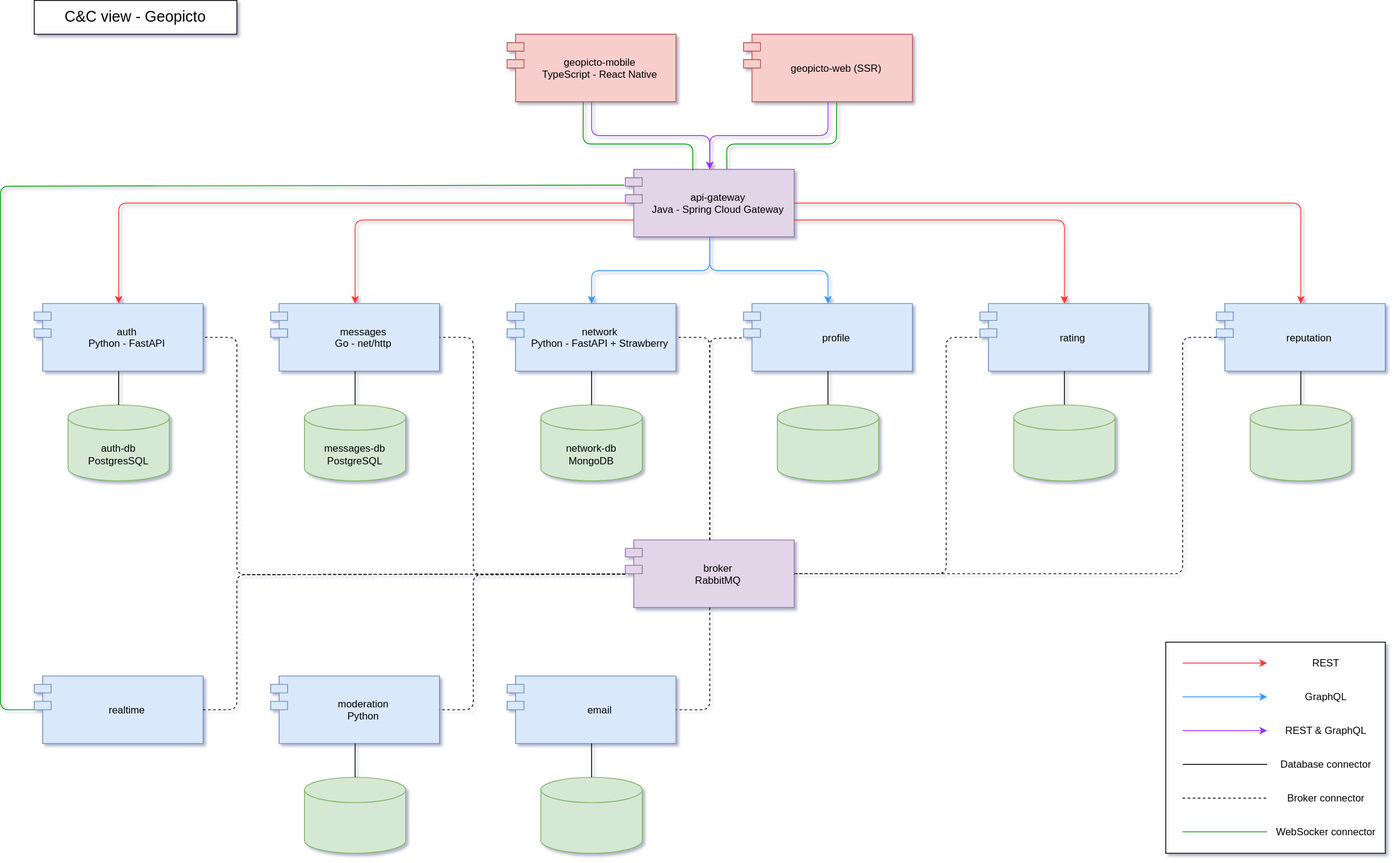
Before: docs/diagrams/C&C view.svg, a diagram exported from draw.io (jumedinaca/swarch-project). Source tidied: cells renumbered, new cells last; positions are measured from the earlier drawing's top-left corner, leaving out a move shared by most shapes. Source of this version:
```xml
<mxGraphModel background="#ffffff" shadow="1">
  <root>
    <mxCell id="0" />
    <mxCell id="1" parent="0" />
    <mxCell id="2" value="geopicto-mobile&#10;TypeScript - React Native" style="shape=module;align=left;spacingLeft=20;align=center;verticalAlign=middle;strokeWidth=1;fillColor=#f8cecc;strokeColor=#b85450;" parent="1" vertex="1">
      <mxGeometry x="600" y="40" width="200" height="80" as="geometry" />
    </mxCell>
    <mxCell id="3" value="auth-db&lt;br&gt;PostgresSQL" style="shape=cylinder3;whiteSpace=wrap;html=1;boundedLbl=1;backgroundOutline=1;size=15;strokeWidth=1;fillColor=#d5e8d4;strokeColor=#82b366;" parent="1" vertex="1">
      <mxGeometry x="80" y="479" width="120" height="90" as="geometry" />
    </mxCell>
    <mxCell id="4" value="api-gateway&#10;Java - Spring Cloud Gateway" style="shape=module;align=left;spacingLeft=20;align=center;verticalAlign=middle;strokeWidth=1;fillColor=#e1d5e7;strokeColor=#9673a6;fillStyle=auto;" parent="1" vertex="1">
      <mxGeometry x="740" y="200" width="200" height="80" as="geometry" />
    </mxCell>
    <mxCell id="5" value="messages&#10;Go - net/http" style="shape=module;align=left;spacingLeft=20;align=center;verticalAlign=middle;strokeWidth=1;fillColor=#dae8fc;strokeColor=#6c8ebf;" parent="1" vertex="1">
      <mxGeometry x="320" y="359" width="200" height="80" as="geometry" />
    </mxCell>
    <mxCell id="6" value="auth&#10;Python - FastAPI" style="shape=module;align=left;spacingLeft=20;align=center;verticalAlign=middle;strokeWidth=1;fillColor=#dae8fc;strokeColor=#6c8ebf;" parent="1" vertex="1">
      <mxGeometry x="40" y="359" width="200" height="80" as="geometry" />
    </mxCell>
    <mxCell id="7" value="network&#10;Python - FastAPI + Strawberry" style="shape=module;align=left;spacingLeft=20;align=center;verticalAlign=middle;strokeWidth=1;fillColor=#dae8fc;strokeColor=#6c8ebf;" parent="1" vertex="1">
      <mxGeometry x="600" y="359" width="200" height="80" as="geometry" />
    </mxCell>
    <mxCell id="8" value="messages-db&lt;br&gt;PostgreSQL" style="shape=cylinder3;whiteSpace=wrap;html=1;boundedLbl=1;backgroundOutline=1;size=15;strokeWidth=1;fillColor=#d5e8d4;strokeColor=#82b366;" parent="1" vertex="1">
      <mxGeometry x="360" y="479" width="120" height="90" as="geometry" />
    </mxCell>
    <mxCell id="9" value="network-db&lt;br&gt;MongoDB" style="shape=cylinder3;whiteSpace=wrap;html=1;boundedLbl=1;backgroundOutline=1;size=15;strokeWidth=1;fillColor=#d5e8d4;strokeColor=#82b366;" parent="1" vertex="1">
      <mxGeometry x="640" y="479" width="120" height="90" as="geometry" />
    </mxCell>
    <mxCell id="10" style="endArrow=none;html=1;strokeWidth=1;" parent="1" edge="1" source="9" target="7">
      <mxGeometry relative="1" as="geometry" />
    </mxCell>
    <mxCell id="11" style="endArrow=none;html=1;strokeWidth=1;" parent="1" edge="1" source="3" target="6">
      <mxGeometry relative="1" as="geometry" />
    </mxCell>
    <mxCell id="12" style="endArrow=none;html=1;strokeWidth=1;" parent="1" edge="1" source="8" target="5">
      <mxGeometry relative="1" as="geometry" />
    </mxCell>
    <mxCell id="13" style="endArrow=classic;html=1;strokeWidth=1;rounded=1;strokeColor=#9933FF;" parent="1" edge="1" source="2" target="4">
      <mxGeometry relative="1" as="geometry">
        <Array as="points">
          <mxPoint x="700" y="160" />
          <mxPoint x="840" y="160" />
        </Array>
      </mxGeometry>
    </mxCell>
    <mxCell id="14" value="broker&#10;RabbitMQ" style="shape=module;align=left;spacingLeft=20;align=center;verticalAlign=middle;strokeWidth=1;fillColor=#e1d5e7;strokeColor=#9673a6;fillStyle=auto;" parent="1" vertex="1">
      <mxGeometry x="740" y="639" width="200" height="80" as="geometry" />
    </mxCell>
    <mxCell id="15" value="moderation&#10;Python" style="shape=module;align=left;spacingLeft=20;align=center;verticalAlign=middle;strokeWidth=1;fillColor=#dae8fc;strokeColor=#6c8ebf;" parent="1" vertex="1">
      <mxGeometry x="320" y="800" width="200" height="80" as="geometry" />
    </mxCell>
    <mxCell id="16" value="profile" style="shape=module;align=left;spacingLeft=20;align=center;verticalAlign=middle;strokeWidth=1;fillColor=#dae8fc;strokeColor=#6c8ebf;" parent="1" vertex="1">
      <mxGeometry x="880" y="359" width="200" height="80" as="geometry" />
    </mxCell>
    <mxCell id="17" style="endArrow=none;html=1;strokeWidth=1;" parent="1" edge="1" source="18" target="16">
      <mxGeometry relative="1" as="geometry" />
    </mxCell>
    <mxCell id="18" style="shape=cylinder3;whiteSpace=wrap;html=1;boundedLbl=1;backgroundOutline=1;size=15;strokeWidth=1;fillColor=#d5e8d4;strokeColor=#82b366;" parent="1" vertex="1">
      <mxGeometry x="920" y="479" width="120" height="90" as="geometry" />
    </mxCell>
    <mxCell id="19" value="rating" style="shape=module;align=left;spacingLeft=20;align=center;verticalAlign=middle;strokeWidth=1;fillColor=#dae8fc;strokeColor=#6c8ebf;" parent="1" vertex="1">
      <mxGeometry x="1160" y="359" width="200" height="80" as="geometry" />
    </mxCell>
    <mxCell id="20" style="endArrow=none;html=1;strokeWidth=1;" parent="1" edge="1" source="21" target="19">
      <mxGeometry relative="1" as="geometry" />
    </mxCell>
    <mxCell id="21" style="shape=cylinder3;whiteSpace=wrap;html=1;boundedLbl=1;backgroundOutline=1;size=15;strokeWidth=1;fillColor=#d5e8d4;strokeColor=#82b366;" parent="1" vertex="1">
      <mxGeometry x="1200" y="479" width="120" height="90" as="geometry" />
    </mxCell>
    <mxCell id="22" value="realtime" style="shape=module;align=left;spacingLeft=20;align=center;verticalAlign=middle;strokeWidth=1;fillColor=#dae8fc;strokeColor=#6c8ebf;fillStyle=auto;" parent="1" vertex="1">
      <mxGeometry x="40" y="800" width="200" height="80" as="geometry" />
    </mxCell>
    <mxCell id="23" value="geopicto-web (SSR)" style="shape=module;align=left;spacingLeft=20;align=center;verticalAlign=middle;strokeWidth=1;fillColor=#f8cecc;strokeColor=#b85450;" parent="1" vertex="1">
      <mxGeometry x="880" y="40" width="200" height="80" as="geometry" />
    </mxCell>
    <mxCell id="24" value="email" style="shape=module;align=left;spacingLeft=20;align=center;verticalAlign=middle;strokeWidth=1;fillColor=#dae8fc;strokeColor=#6c8ebf;" parent="1" vertex="1">
      <mxGeometry x="600" y="800" width="200" height="80" as="geometry" />
    </mxCell>
    <mxCell id="25" value="reputation" style="shape=module;align=left;spacingLeft=20;align=center;verticalAlign=middle;strokeWidth=1;fillColor=#dae8fc;strokeColor=#6c8ebf;" parent="1" vertex="1">
      <mxGeometry x="1440" y="359" width="200" height="80" as="geometry" />
    </mxCell>
    <mxCell id="26" style="endArrow=none;html=1;strokeWidth=1;dashed=1;" parent="1" edge="1" source="14" target="6">
      <mxGeometry relative="1" as="geometry">
        <Array as="points">
          <mxPoint x="280" y="680" />
          <mxPoint x="280" y="399" />
        </Array>
      </mxGeometry>
    </mxCell>
    <mxCell id="27" style="endArrow=none;html=1;strokeWidth=1;dashed=1;" parent="1" edge="1" source="14" target="19">
      <mxGeometry relative="1" as="geometry">
        <Array as="points">
          <mxPoint x="1120" y="679" />
          <mxPoint x="1120" y="399" />
        </Array>
      </mxGeometry>
    </mxCell>
    <mxCell id="28" style="endArrow=none;html=1;strokeWidth=1;dashed=1;" parent="1" edge="1" source="14" target="24">
      <mxGeometry relative="1" as="geometry">
        <Array as="points">
          <mxPoint x="840" y="840" />
        </Array>
      </mxGeometry>
    </mxCell>
    <mxCell id="29" style="endArrow=none;html=1;strokeWidth=1;dashed=1;exitX=0;exitY=0.505;exitDx=0;exitDy=0;exitPerimeter=0;" parent="1" edge="1" source="14" target="15">
      <mxGeometry relative="1" as="geometry">
        <Array as="points">
          <mxPoint x="560" y="680" />
          <mxPoint x="560" y="840" />
        </Array>
      </mxGeometry>
    </mxCell>
    <mxCell id="30" style="endArrow=none;html=1;strokeWidth=1;dashed=1;" parent="1" edge="1" source="25" target="14">
      <mxGeometry relative="1" as="geometry">
        <Array as="points">
          <mxPoint x="1400" y="399" />
          <mxPoint x="1400" y="679" />
        </Array>
      </mxGeometry>
    </mxCell>
    <mxCell id="31" style="endArrow=classic;html=1;strokeWidth=1;strokeColor=#9933FF;" parent="1" edge="1" source="23" target="4">
      <mxGeometry relative="1" as="geometry">
        <Array as="points">
          <mxPoint x="980" y="160" />
          <mxPoint x="840" y="160" />
        </Array>
      </mxGeometry>
    </mxCell>
    <mxCell id="32" style="shape=cylinder3;whiteSpace=wrap;html=1;boundedLbl=1;backgroundOutline=1;size=15;strokeWidth=1;fillColor=#d5e8d4;strokeColor=#82b366;" parent="1" vertex="1">
      <mxGeometry x="1480" y="479" width="120" height="90" as="geometry" />
    </mxCell>
    <mxCell id="33" style="endArrow=none;html=1;strokeWidth=1;dashed=1;" parent="1" edge="1" source="14" target="5">
      <mxGeometry relative="1" as="geometry">
        <Array as="points">
          <mxPoint x="560" y="680" />
          <mxPoint x="560" y="399" />
        </Array>
      </mxGeometry>
    </mxCell>
    <mxCell id="34" style="endArrow=none;html=1;strokeWidth=1;dashed=1;" parent="1" edge="1" source="14" target="16">
      <mxGeometry relative="1" as="geometry">
        <Array as="points">
          <mxPoint x="840" y="400" />
        </Array>
      </mxGeometry>
    </mxCell>
    <mxCell id="35" style="endArrow=none;html=1;strokeWidth=1;dashed=1;" parent="1" edge="1" source="14" target="7">
      <mxGeometry relative="1" as="geometry">
        <Array as="points">
          <mxPoint x="840" y="399" />
        </Array>
      </mxGeometry>
    </mxCell>
    <mxCell id="36" style="endArrow=none;html=1;strokeWidth=1;rounded=1;dashed=1;strokeColor=#000000;" parent="1" edge="1" source="22" target="14">
      <mxGeometry relative="1" as="geometry">
        <Array as="points">
          <mxPoint x="280" y="840" />
          <mxPoint x="280" y="680" />
        </Array>
      </mxGeometry>
    </mxCell>
    <mxCell id="37" style="endArrow=classic;html=1;strokeWidth=1;rounded=1;strokeColor=#FF3333;" parent="1" edge="1" source="4" target="6">
      <mxGeometry relative="1" as="geometry">
        <Array as="points">
          <mxPoint x="140" y="240" />
        </Array>
      </mxGeometry>
    </mxCell>
    <mxCell id="38" style="endArrow=classic;html=1;strokeWidth=1;rounded=1;strokeColor=#FF3333;exitX=0;exitY=0.75;exitDx=10;exitDy=0;exitPerimeter=0;" parent="1" edge="1" source="4" target="5">
      <mxGeometry relative="1" as="geometry">
        <Array as="points">
          <mxPoint x="420" y="260" />
        </Array>
      </mxGeometry>
    </mxCell>
    <mxCell id="39" style="endArrow=classic;html=1;strokeWidth=1;rounded=1;strokeColor=#3399FF;" parent="1" edge="1" source="4" target="7">
      <mxGeometry relative="1" as="geometry">
        <Array as="points">
          <mxPoint x="840" y="320" />
          <mxPoint x="700" y="320" />
        </Array>
      </mxGeometry>
    </mxCell>
    <mxCell id="40" style="endArrow=classic;html=1;strokeWidth=1;rounded=1;strokeColor=#3399FF;" parent="1" edge="1" source="4" target="16">
      <mxGeometry relative="1" as="geometry">
        <Array as="points">
          <mxPoint x="840" y="320" />
          <mxPoint x="980" y="320" />
        </Array>
      </mxGeometry>
    </mxCell>
    <mxCell id="41" style="endArrow=classic;html=1;strokeWidth=1;rounded=1;strokeColor=#FF3333;exitX=1;exitY=0.75;exitDx=0;exitDy=0;" parent="1" edge="1" source="4" target="19">
      <mxGeometry relative="1" as="geometry">
        <Array as="points">
          <mxPoint x="1260" y="260" />
        </Array>
      </mxGeometry>
    </mxCell>
    <mxCell id="42" style="endArrow=classic;html=1;strokeWidth=1;rounded=1;strokeColor=#FF3333;" parent="1" edge="1" source="4" target="25">
      <mxGeometry relative="1" as="geometry">
        <Array as="points">
          <mxPoint x="1540" y="240" />
        </Array>
      </mxGeometry>
    </mxCell>
    <mxCell id="43" value="C&amp;amp;C view - Geopicto" style="rounded=0;whiteSpace=wrap;html=1;strokeWidth=1;fontSize=18;" parent="1" vertex="1">
      <mxGeometry x="40" width="240" height="40" as="geometry" />
    </mxCell>
    <mxCell id="44" style="shape=cylinder3;whiteSpace=wrap;html=1;boundedLbl=1;backgroundOutline=1;size=15;strokeWidth=1;fillColor=#d5e8d4;strokeColor=#82b366;" parent="1" vertex="1">
      <mxGeometry x="360" y="920" width="120" height="90" as="geometry" />
    </mxCell>
    <mxCell id="45" style="shape=cylinder3;whiteSpace=wrap;html=1;boundedLbl=1;backgroundOutline=1;size=15;strokeWidth=1;fillColor=#d5e8d4;strokeColor=#82b366;" parent="1" vertex="1">
      <mxGeometry x="640" y="920" width="120" height="90" as="geometry" />
    </mxCell>
    <mxCell id="46" style="endArrow=none;html=1;strokeWidth=1;rounded=1;strokeColor=#000000;fontSize=18;" parent="1" edge="1" source="44" target="15">
      <mxGeometry relative="1" as="geometry" />
    </mxCell>
    <mxCell id="47" style="endArrow=none;html=1;strokeWidth=1;rounded=1;strokeColor=#000000;fontSize=18;" parent="1" edge="1" source="45" target="24">
      <mxGeometry relative="1" as="geometry" />
    </mxCell>
    <mxCell id="48" style="endArrow=none;html=1;strokeWidth=1;rounded=1;strokeColor=#000000;fontSize=18;" parent="1" edge="1" source="32" target="25">
      <mxGeometry relative="1" as="geometry" />
    </mxCell>
    <mxCell id="49" style="group;" parent="1" vertex="1">
      <mxGeometry x="1380" y="760" width="260" height="250" as="geometry" />
    </mxCell>
    <mxCell id="50" style="rounded=0;whiteSpace=wrap;html=1;strokeWidth=1;" parent="49" vertex="1">
      <mxGeometry width="260" height="250" as="geometry" />
    </mxCell>
    <mxCell id="51" style="endArrow=classic;html=1;strokeWidth=1;strokeColor=#FF3333;" parent="49" edge="1">
      <mxGeometry relative="1" as="geometry">
        <mxPoint x="20" y="24.8" as="sourcePoint" />
        <mxPoint x="120" y="24.8" as="targetPoint" />
      </mxGeometry>
    </mxCell>
    <mxCell id="52" value="REST" style="text;html=1;strokeColor=none;fillColor=none;align=center;verticalAlign=middle;whiteSpace=wrap;rounded=0;strokeWidth=1;" parent="49" vertex="1">
      <mxGeometry x="160" y="10" width="60" height="30" as="geometry" />
    </mxCell>
    <mxCell id="53" style="endArrow=classic;html=1;strokeWidth=1;strokeColor=#3399FF;" parent="49" edge="1">
      <mxGeometry relative="1" as="geometry">
        <mxPoint x="20" y="64.8" as="sourcePoint" />
        <mxPoint x="120" y="64.8" as="targetPoint" />
      </mxGeometry>
    </mxCell>
    <mxCell id="54" value="GraphQL" style="text;html=1;strokeColor=none;fillColor=none;align=center;verticalAlign=middle;whiteSpace=wrap;rounded=0;strokeWidth=1;" parent="49" vertex="1">
      <mxGeometry x="160" y="50" width="60" height="30" as="geometry" />
    </mxCell>
    <mxCell id="55" style="endArrow=classic;html=1;strokeWidth=1;strokeColor=#9933FF;" parent="49" edge="1">
      <mxGeometry relative="1" as="geometry">
        <mxPoint x="20" y="104.8" as="sourcePoint" />
        <mxPoint x="120" y="104.8" as="targetPoint" />
      </mxGeometry>
    </mxCell>
    <mxCell id="56" value="REST &amp;amp; GraphQL" style="text;html=1;strokeColor=none;fillColor=none;align=center;verticalAlign=middle;whiteSpace=wrap;rounded=0;strokeWidth=1;" parent="49" vertex="1">
      <mxGeometry x="135" y="90" width="110" height="30" as="geometry" />
    </mxCell>
    <mxCell id="57" style="endArrow=none;html=1;strokeWidth=1;rounded=1;strokeColor=#000000;" parent="49" edge="1">
      <mxGeometry relative="1" as="geometry">
        <mxPoint x="20" y="144.8" as="sourcePoint" />
        <mxPoint x="120" y="144.8" as="targetPoint" />
      </mxGeometry>
    </mxCell>
    <mxCell id="58" value="Database connector" style="text;html=1;strokeColor=none;fillColor=none;align=center;verticalAlign=middle;whiteSpace=wrap;rounded=0;strokeWidth=1;" parent="49" vertex="1">
      <mxGeometry x="130" y="130" width="120" height="30" as="geometry" />
    </mxCell>
    <mxCell id="59" style="endArrow=none;html=1;strokeWidth=1;rounded=1;strokeColor=#000000;dashed=1;" parent="49" edge="1">
      <mxGeometry relative="1" as="geometry">
        <mxPoint x="20" y="184.8" as="sourcePoint" />
        <mxPoint x="120" y="184.8" as="targetPoint" />
      </mxGeometry>
    </mxCell>
    <mxCell id="60" value="Broker connector" style="text;html=1;strokeColor=none;fillColor=none;align=center;verticalAlign=middle;whiteSpace=wrap;rounded=0;strokeWidth=1;" parent="49" vertex="1">
      <mxGeometry x="130" y="170" width="120" height="30" as="geometry" />
    </mxCell>
    <mxCell id="61" value="WebSocker connector" style="text;html=1;strokeColor=none;fillColor=none;align=center;verticalAlign=middle;whiteSpace=wrap;rounded=0;strokeWidth=1;" parent="49" vertex="1">
      <mxGeometry x="130" y="210" width="120" height="30" as="geometry" />
    </mxCell>
    <mxCell id="62" style="endArrow=none;html=1;strokeWidth=1;rounded=1;strokeColor=#009900;" parent="49" edge="1">
      <mxGeometry relative="1" as="geometry">
        <mxPoint x="20" y="224.6" as="sourcePoint" />
        <mxPoint x="120" y="224.6" as="targetPoint" />
      </mxGeometry>
    </mxCell>
    <mxCell id="63" style="endArrow=none;html=1;strokeWidth=1;rounded=1;strokeColor=#009900;exitX=-0.006;exitY=0.234;exitDx=0;exitDy=0;exitPerimeter=0;" parent="1" edge="1" source="4" target="22">
      <mxGeometry relative="1" as="geometry">
        <Array as="points">
          <mxPoint y="220" />
          <mxPoint y="840" />
        </Array>
      </mxGeometry>
    </mxCell>
    <mxCell id="64" style="endArrow=none;html=1;strokeWidth=1;rounded=1;strokeColor=#009900;fontSize=18;entryX=0.451;entryY=1.002;entryDx=0;entryDy=0;entryPerimeter=0;exitX=0.4;exitY=0.021;exitDx=0;exitDy=0;exitPerimeter=0;" parent="1" edge="1" source="4" target="2">
      <mxGeometry relative="1" as="geometry">
        <Array as="points">
          <mxPoint x="820" y="170" />
          <mxPoint x="690" y="170" />
        </Array>
      </mxGeometry>
    </mxCell>
    <mxCell id="65" style="endArrow=none;html=1;strokeWidth=1;rounded=1;strokeColor=#009900;fontSize=18;entryX=0.552;entryY=1.009;entryDx=0;entryDy=0;entryPerimeter=0;exitX=0.602;exitY=0;exitDx=0;exitDy=0;exitPerimeter=0;" parent="1" edge="1" source="4" target="23">
      <mxGeometry relative="1" as="geometry">
        <Array as="points">
          <mxPoint x="860" y="170" />
          <mxPoint x="990" y="170" />
        </Array>
      </mxGeometry>
    </mxCell>
  </root>
</mxGraphModel>
```
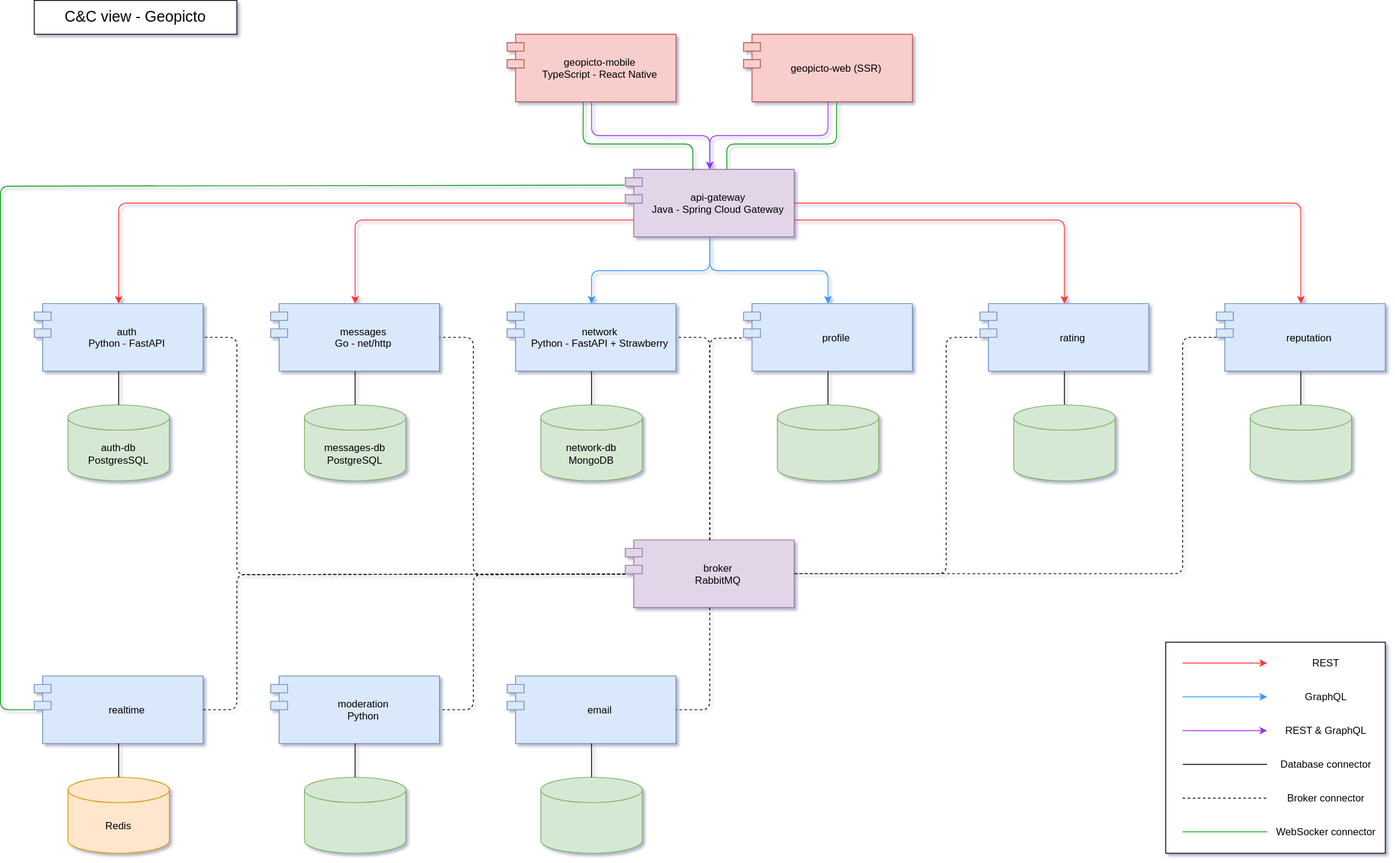
After the change.

Diff of the diagram source:
```diff
@@ -305,5 +305,11 @@
         </Array>
       </mxGeometry>
     </mxCell>
+    <mxCell id="66" value="Redis" style="shape=cylinder3;whiteSpace=wrap;html=1;boundedLbl=1;backgroundOutline=1;size=15;strokeWidth=1;fillColor=#ffe6cc;strokeColor=#d79b00;" parent="1" vertex="1">
+      <mxGeometry x="80" y="920" width="120" height="90" as="geometry" />
+    </mxCell>
+    <mxCell id="67" style="endArrow=none;html=1;strokeWidth=1;rounded=1;strokeColor=#000000;fontSize=18;" parent="1" edge="1" source="66" target="22">
+      <mxGeometry relative="1" as="geometry" />
+    </mxCell>
   </root>
 </mxGraphModel>
```
